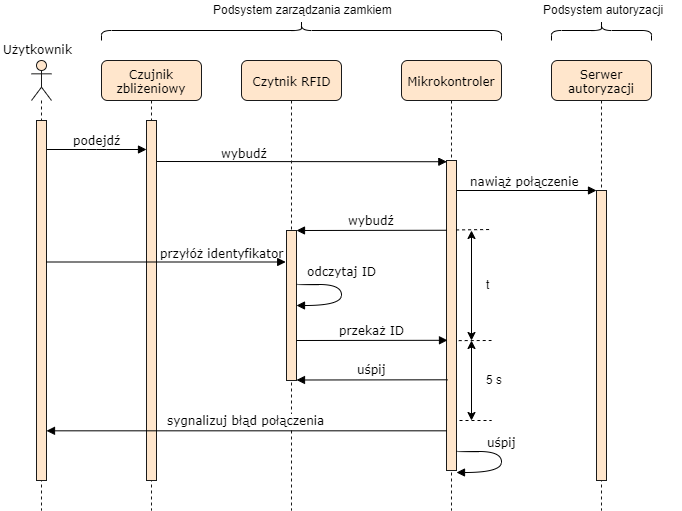
The draw.io diagram docs/chapters/images/sequence3.png in adapiekarska/centralized-lock-system, before a commit. Source tidied: cells renumbered, new cells last; positions are measured from the earlier drawing's top-left corner, leaving out a move shared by most shapes. Source of this version:
```xml
<mxGraphModel background="#ffffff">
  <root>
    <mxCell id="0" />
    <mxCell id="1" parent="0" />
    <mxCell id="2" value="Serwer autoryzacji" style="shape=umlLifeline;perimeter=lifelinePerimeter;whiteSpace=wrap;html=1;rounded=1;shadow=0;comic=0;labelBackgroundColor=none;strokeColor=#1A1A1A;strokeWidth=1;fillColor=#ffe6cc;fontFamily=Verdana;fontSize=12;align=center;" parent="1" vertex="1">
      <mxGeometry x="550" y="60" width="100" height="450" as="geometry" />
    </mxCell>
    <mxCell id="3" style="html=1;perimeter=orthogonalPerimeter;rounded=0;shadow=0;comic=0;labelBackgroundColor=none;strokeColor=#1A1A1A;strokeWidth=1;fillColor=#ffe6cc;fontFamily=Verdana;fontSize=12;align=center;" parent="2" vertex="1">
      <mxGeometry x="45" y="130" width="10" height="290" as="geometry" />
    </mxCell>
    <mxCell id="4" value="nawiąż połączenie" style="html=1;verticalAlign=bottom;endArrow=block;labelBackgroundColor=none;fontFamily=Verdana;fontSize=12;elbow=vertical;" parent="1" edge="1">
      <mxGeometry relative="1" as="geometry">
        <mxPoint x="451.5" y="190" as="sourcePoint" />
        <mxPoint x="595" y="190" as="targetPoint" />
      </mxGeometry>
    </mxCell>
    <mxCell id="5" value="wybudź" style="html=1;verticalAlign=bottom;endArrow=block;labelBackgroundColor=none;fontFamily=Verdana;fontSize=12;elbow=vertical;entryX=0.033;entryY=0.004;entryDx=0;entryDy=0;entryPerimeter=0;" parent="1" edge="1" target="8">
      <mxGeometry x="-0.39" y="-1" relative="1" as="geometry">
        <mxPoint x="155" y="161" as="sourcePoint" />
      </mxGeometry>
    </mxCell>
    <mxCell id="6" value="Czytnik RFID" style="shape=umlLifeline;perimeter=lifelinePerimeter;whiteSpace=wrap;html=1;rounded=1;shadow=0;comic=0;labelBackgroundColor=none;strokeColor=#1A1A1A;strokeWidth=1;fillColor=#ffe6cc;fontFamily=Verdana;fontSize=12;align=center;" parent="1" vertex="1">
      <mxGeometry x="240" y="60" width="100" height="450" as="geometry" />
    </mxCell>
    <mxCell id="7" value="Mikrokontroler" style="shape=umlLifeline;perimeter=lifelinePerimeter;whiteSpace=wrap;html=1;rounded=1;shadow=0;comic=0;labelBackgroundColor=none;strokeColor=#1A1A1A;strokeWidth=1;fillColor=#ffe6cc;fontFamily=Verdana;fontSize=12;align=center;" parent="1" vertex="1">
      <mxGeometry x="400" y="60" width="100" height="450" as="geometry" />
    </mxCell>
    <mxCell id="8" style="html=1;points=[];perimeter=orthogonalPerimeter;rounded=0;shadow=0;comic=0;labelBackgroundColor=none;strokeColor=#1A1A1A;strokeWidth=1;fillColor=#ffe6cc;fontFamily=Verdana;fontSize=12;align=center;" parent="7" vertex="1">
      <mxGeometry x="45" y="100" width="10" height="310" as="geometry" />
    </mxCell>
    <mxCell id="9" value="Czujnik zbliżeniowy" style="shape=umlLifeline;perimeter=lifelinePerimeter;whiteSpace=wrap;html=1;rounded=1;shadow=0;comic=0;labelBackgroundColor=none;strokeColor=#1A1A1A;strokeWidth=1;fillColor=#ffe6cc;fontFamily=Verdana;fontSize=12;align=center;" parent="1" vertex="1">
      <mxGeometry x="100" y="60" width="100" height="450" as="geometry" />
    </mxCell>
    <mxCell id="10" style="html=1;points=[];perimeter=orthogonalPerimeter;rounded=0;shadow=0;comic=0;labelBackgroundColor=none;strokeColor=#1A1A1A;strokeWidth=1;fillColor=#ffe6cc;fontFamily=Verdana;fontSize=12;align=center;" parent="9" vertex="1">
      <mxGeometry x="45" y="60" width="10" height="360" as="geometry" />
    </mxCell>
    <mxCell id="11" value="podejdź" style="html=1;verticalAlign=bottom;endArrow=block;labelBackgroundColor=none;fontFamily=Verdana;fontSize=12;edgeStyle=elbowEdgeStyle;elbow=vertical;entryX=0.02;entryY=0.08;entryDx=0;entryDy=0;entryPerimeter=0;" parent="1" edge="1" source="13" target="10">
      <mxGeometry relative="1" as="geometry" />
    </mxCell>
    <mxCell id="12" style="shape=umlLifeline;participant=umlActor;perimeter=lifelinePerimeter;whiteSpace=wrap;html=1;verticalAlign=top;spacingTop=36;labelBackgroundColor=#ffffff;fillColor=#ffe6cc;strokeColor=#1A1A1A;" parent="1" vertex="1">
      <mxGeometry x="30" y="60" width="20" height="450" as="geometry" />
    </mxCell>
    <mxCell id="13" style="html=1;points=[];perimeter=orthogonalPerimeter;rounded=0;shadow=0;comic=0;labelBackgroundColor=none;strokeColor=#1A1A1A;strokeWidth=1;fillColor=#ffe6cc;fontFamily=Verdana;fontSize=12;align=center;" parent="12" vertex="1">
      <mxGeometry x="5" y="60" width="10" height="360" as="geometry" />
    </mxCell>
    <mxCell id="14" style="html=1;points=[];perimeter=orthogonalPerimeter;fillColor=#ffe6cc;strokeColor=#1A1A1A;" parent="1" vertex="1">
      <mxGeometry x="285" y="230" width="10" height="150" as="geometry" />
    </mxCell>
    <mxCell id="15" value="&lt;font face=&quot;Verdana&quot; style=&quot;font-size: 12px&quot;&gt;wybudź&lt;/font&gt;" style="html=1;verticalAlign=bottom;endArrow=block;entryX=1;entryY=0;exitX=0.02;exitY=0.225;exitDx=0;exitDy=0;exitPerimeter=0;" parent="1" edge="1" source="8" target="14">
      <mxGeometry relative="1" as="geometry" />
    </mxCell>
    <mxCell id="16" value="przyłóż identyfikator" style="html=1;verticalAlign=bottom;endArrow=block;labelBackgroundColor=none;fontFamily=Verdana;fontSize=12;elbow=vertical;entryX=-0.08;entryY=0.21;entryDx=0;entryDy=0;entryPerimeter=0;" parent="1" edge="1" source="13" target="14">
      <mxGeometry x="0.46" relative="1" as="geometry" />
    </mxCell>
    <mxCell id="17" value="&lt;font face=&quot;Verdana&quot; style=&quot;font-size: 12px&quot;&gt;uśpij&lt;/font&gt;" style="html=1;verticalAlign=bottom;endArrow=block;entryX=1;entryY=0;exitX=0.1;exitY=0.249;exitDx=0;exitDy=0;exitPerimeter=0;" parent="1" edge="1">
      <mxGeometry relative="1" as="geometry">
        <mxPoint x="446" y="379.3" as="sourcePoint" />
        <mxPoint x="295" y="379.5" as="targetPoint" />
      </mxGeometry>
    </mxCell>
    <mxCell id="18" value="&lt;font face=&quot;Verdana&quot; style=&quot;font-size: 12px&quot;&gt;przekaż ID&lt;/font&gt;" style="html=1;verticalAlign=bottom;endArrow=block;entryX=1;entryY=0;exitX=0.1;exitY=0.249;exitDx=0;exitDy=0;exitPerimeter=0;" parent="1" edge="1">
      <mxGeometry relative="1" as="geometry">
        <mxPoint x="295" y="340" as="sourcePoint" />
        <mxPoint x="446" y="339.8" as="targetPoint" />
      </mxGeometry>
    </mxCell>
    <mxCell id="19" value="odczytaj ID" style="html=1;verticalAlign=bottom;endArrow=block;labelBackgroundColor=none;fontFamily=Verdana;fontSize=12;elbow=vertical;edgeStyle=orthogonalEdgeStyle;curved=1;entryX=1;entryY=0.73;entryDx=0;entryDy=0;entryPerimeter=0;" parent="1" edge="1">
      <mxGeometry x="-0.18" y="4" relative="1" as="geometry">
        <mxPoint x="294.5" y="283.2" as="sourcePoint" />
        <mxPoint x="294.8" y="304.8" as="targetPoint" />
        <Array as="points">
          <mxPoint x="339.5" y="283.5" />
          <mxPoint x="339.5" y="304.5" />
        </Array>
        <mxPoint x="-4" y="-4" as="offset" />
      </mxGeometry>
    </mxCell>
    <mxCell id="20" value="&lt;font face=&quot;Verdana&quot;&gt;Użytkownik&lt;/font&gt;" style="text;html=1;align=left;verticalAlign=top;spacingTop=-4;" parent="1" vertex="1">
      <mxGeometry x="-0.5" y="40" width="80" height="20" as="geometry" />
    </mxCell>
    <mxCell id="21" style="endArrow=none;dashed=1;html=1;exitX=1.22;exitY=0.581;exitDx=0;exitDy=0;exitPerimeter=0;" parent="1" edge="1" source="8">
      <mxGeometry relative="1" as="geometry">
        <mxPoint x="490" y="340" as="targetPoint" />
      </mxGeometry>
    </mxCell>
    <mxCell id="22" style="endArrow=none;dashed=1;html=1;" parent="1" edge="1">
      <mxGeometry relative="1" as="geometry">
        <mxPoint x="458" y="420" as="sourcePoint" />
        <mxPoint x="490" y="420" as="targetPoint" />
      </mxGeometry>
    </mxCell>
    <mxCell id="23" style="endArrow=classic;startArrow=classic;html=1;" parent="1" edge="1">
      <mxGeometry relative="1" as="geometry">
        <mxPoint x="470" y="420" as="sourcePoint" />
        <mxPoint x="470" y="340" as="targetPoint" />
      </mxGeometry>
    </mxCell>
    <mxCell id="24" value="5 s" style="text;html=1;align=left;verticalAlign=top;spacingTop=-4;" parent="1" vertex="1">
      <mxGeometry x="482.5" y="370" width="30" height="20" as="geometry" />
    </mxCell>
    <mxCell id="25" value="uśpij" style="html=1;verticalAlign=bottom;endArrow=block;labelBackgroundColor=none;fontFamily=Verdana;fontSize=12;elbow=vertical;edgeStyle=orthogonalEdgeStyle;curved=1;entryX=1;entryY=0.73;entryDx=0;entryDy=0;entryPerimeter=0;" parent="1" edge="1">
      <mxGeometry x="-0.18" relative="1" as="geometry">
        <mxPoint x="455" y="450" as="sourcePoint" />
        <mxPoint x="455" y="472" as="targetPoint" />
        <Array as="points">
          <mxPoint x="499.5" y="450.5" />
          <mxPoint x="499.5" y="471.5" />
        </Array>
      </mxGeometry>
    </mxCell>
    <mxCell id="26" value="&lt;font face=&quot;Verdana&quot; style=&quot;font-size: 12px&quot;&gt;sygnalizuj błąd połączenia&lt;/font&gt;" style="html=1;verticalAlign=bottom;endArrow=block;exitX=0.04;exitY=0.872;exitDx=0;exitDy=0;exitPerimeter=0;" parent="1" edge="1" source="8" target="13">
      <mxGeometry relative="1" as="geometry" />
    </mxCell>
    <mxCell id="27" style="endArrow=none;dashed=1;html=1;exitX=0.96;exitY=0.224;exitDx=0;exitDy=0;exitPerimeter=0;" parent="1" edge="1" source="8">
      <mxGeometry relative="1" as="geometry">
        <mxPoint x="490" y="229" as="targetPoint" />
      </mxGeometry>
    </mxCell>
    <mxCell id="28" style="endArrow=classic;startArrow=classic;html=1;" parent="1" edge="1">
      <mxGeometry relative="1" as="geometry">
        <mxPoint x="470" y="340" as="sourcePoint" />
        <mxPoint x="470" y="230" as="targetPoint" />
      </mxGeometry>
    </mxCell>
    <mxCell id="29" value="t" style="text;html=1;align=left;verticalAlign=top;spacingTop=-4;" parent="1" vertex="1">
      <mxGeometry x="482.5" y="275" width="20" height="20" as="geometry" />
    </mxCell>
    <mxCell id="30" style="shape=curlyBracket;whiteSpace=wrap;html=1;rounded=1;direction=south;" parent="1" vertex="1">
      <mxGeometry x="100" y="20" width="400" height="20" as="geometry" />
    </mxCell>
    <mxCell id="31" value="Podsystem zarządzania zamkiem" style="text;html=1;align=left;verticalAlign=top;spacingTop=-4;" parent="1" vertex="1">
      <mxGeometry x="210" width="190" height="20" as="geometry" />
    </mxCell>
    <mxCell id="32" style="shape=curlyBracket;whiteSpace=wrap;html=1;rounded=1;direction=south;" parent="1" vertex="1">
      <mxGeometry x="550" y="20" width="100" height="20" as="geometry" />
    </mxCell>
    <mxCell id="33" value="Podsystem autoryzacji" style="text;html=1;align=left;verticalAlign=top;spacingTop=-4;" parent="1" vertex="1">
      <mxGeometry x="540" width="140" height="20" as="geometry" />
    </mxCell>
  </root>
</mxGraphModel>
```
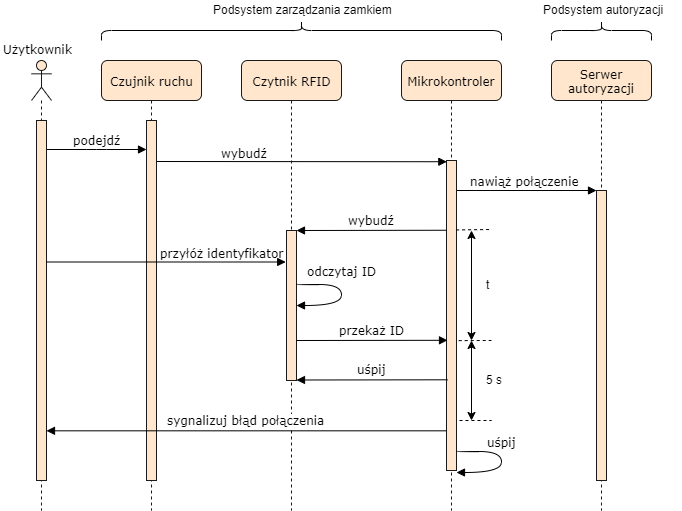
After the commit.

The edit, as a diff of the source:
```diff
@@ -28,7 +28,7 @@
     <mxCell id="8" style="html=1;points=[];perimeter=orthogonalPerimeter;rounded=0;shadow=0;comic=0;labelBackgroundColor=none;strokeColor=#1A1A1A;strokeWidth=1;fillColor=#ffe6cc;fontFamily=Verdana;fontSize=12;align=center;" parent="7" vertex="1">
       <mxGeometry x="45" y="100" width="10" height="310" as="geometry" />
     </mxCell>
-    <mxCell id="9" value="Czujnik zbliżeniowy" style="shape=umlLifeline;perimeter=lifelinePerimeter;whiteSpace=wrap;html=1;rounded=1;shadow=0;comic=0;labelBackgroundColor=none;strokeColor=#1A1A1A;strokeWidth=1;fillColor=#ffe6cc;fontFamily=Verdana;fontSize=12;align=center;" parent="1" vertex="1">
+    <mxCell id="9" value="Czujnik ruchu" style="shape=umlLifeline;perimeter=lifelinePerimeter;whiteSpace=wrap;html=1;rounded=1;shadow=0;comic=0;labelBackgroundColor=none;strokeColor=#1A1A1A;strokeWidth=1;fillColor=#ffe6cc;fontFamily=Verdana;fontSize=12;align=center;" parent="1" vertex="1">
       <mxGeometry x="100" y="60" width="100" height="450" as="geometry" />
     </mxCell>
     <mxCell id="10" style="html=1;points=[];perimeter=orthogonalPerimeter;rounded=0;shadow=0;comic=0;labelBackgroundColor=none;strokeColor=#1A1A1A;strokeWidth=1;fillColor=#ffe6cc;fontFamily=Verdana;fontSize=12;align=center;" parent="9" vertex="1">
```
